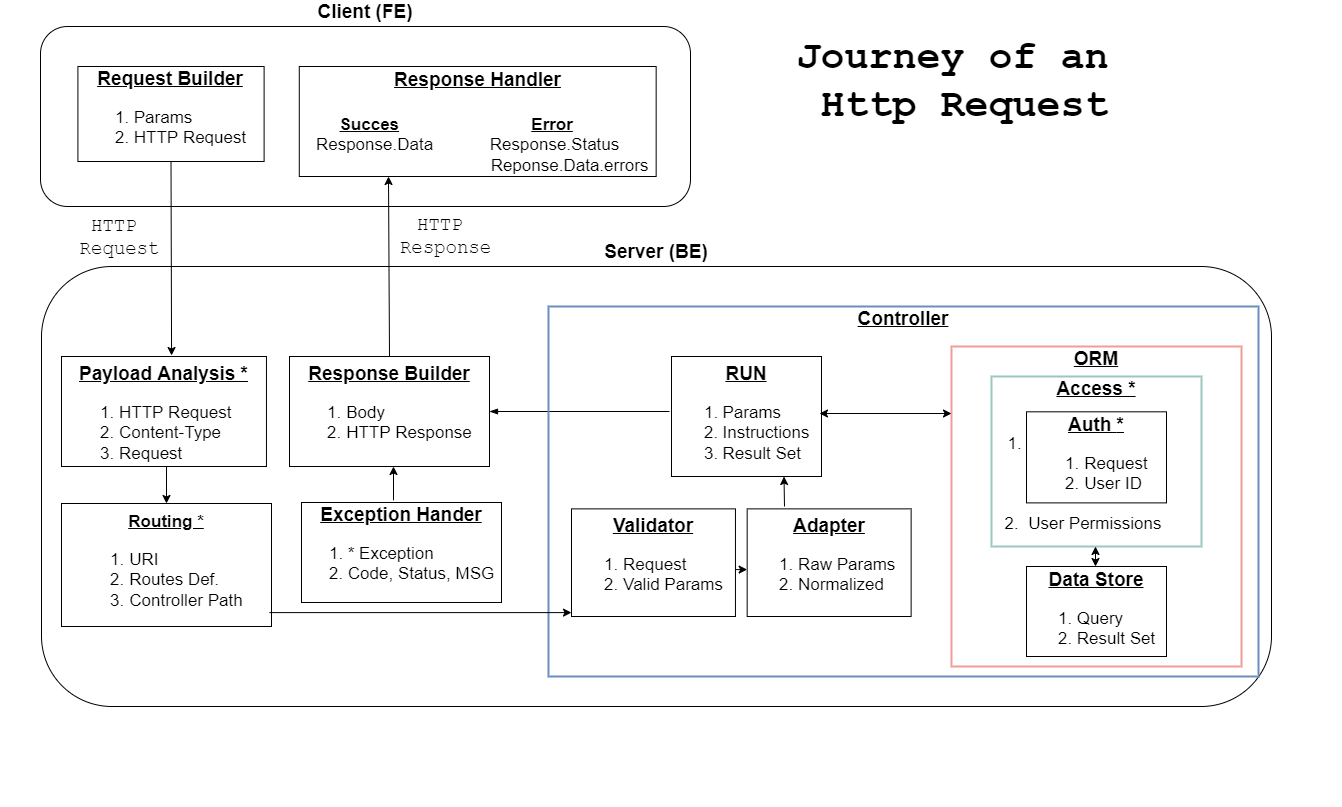
This is docs/assets/img/http-request.drawio.png from equalframework/equal-doc, a draw.io export, as it was before one commit. Source tidied: cells renumbered, new cells last; positions are measured from the earlier drawing's top-left corner, leaving out a move shared by most shapes.
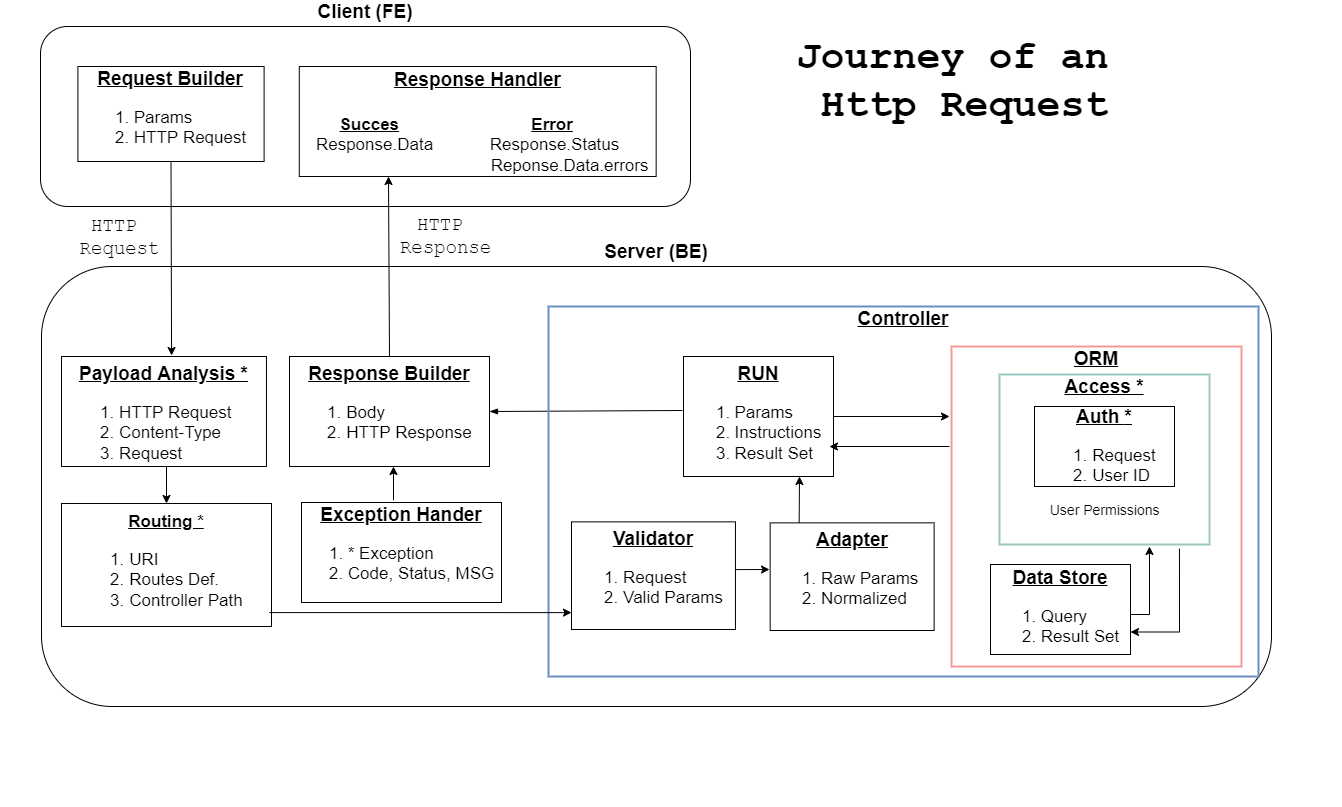
The same diagram one commit later.

Change to the diagram source:
```diff
@@ -29,10 +29,8 @@
     <mxCell id="10" value="&lt;font style=&quot;font-size: 19px&quot;&gt;&lt;span style=&quot;text-align: left&quot;&gt;&lt;b&gt;&lt;u style=&quot;line-height: 1&quot;&gt;Response Builder&lt;/u&gt;&lt;/b&gt;&lt;/span&gt;&lt;span style=&quot;text-align: left&quot;&gt;&lt;b&gt;&lt;u&gt;&lt;br&gt;&lt;/u&gt;&lt;/b&gt;&lt;/span&gt;&lt;/font&gt;&lt;ol style=&quot;font-size: 17px&quot;&gt;&lt;li style=&quot;text-align: left&quot;&gt;Body&lt;/li&gt;&lt;li style=&quot;text-align: left&quot;&gt;HTTP Response&lt;/li&gt;&lt;/ol&gt;" style="rounded=0;whiteSpace=wrap;html=1;align=center;spacing=2;verticalAlign=top;" parent="7" vertex="1">
       <mxGeometry x="288" y="120" width="200" height="110" as="geometry" />
     </mxCell>
-    <mxCell id="11" style="edgeStyle=none;rounded=0;jettySize=auto;html=1;fontFamily=Courier New;fontSize=19;fontColor=none;startArrow=blockThin;startFill=1;endArrow=none;endFill=0;strokeColor=default;exitX=1;exitY=0.5;exitDx=0;exitDy=0;" parent="7" edge="1" source="10">
-      <mxGeometry relative="1" as="geometry">
-        <mxPoint x="668" y="175" as="targetPoint" />
-      </mxGeometry>
+    <mxCell id="11" style="edgeStyle=none;rounded=0;jettySize=auto;html=1;fontFamily=Courier New;fontSize=19;fontColor=none;startArrow=blockThin;startFill=1;endArrow=none;endFill=0;strokeColor=default;exitX=1;exitY=0.5;exitDx=0;exitDy=0;entryX=-0.007;entryY=0.45;entryDx=0;entryDy=0;entryPerimeter=0;" parent="7" edge="1" source="10" target="15">
+      <mxGeometry relative="1" as="geometry" />
     </mxCell>
     <mxCell id="12" value="&lt;span style=&quot;text-align: left&quot;&gt;&lt;b&gt;&lt;u&gt;&lt;font&gt;&lt;font style=&quot;font-size: 19px&quot;&gt;Exception Hander&lt;/font&gt;&lt;br&gt;&lt;/font&gt;&lt;/u&gt;&lt;/b&gt;&lt;/span&gt;&lt;ol style=&quot;font-size: 17px&quot;&gt;&lt;li style=&quot;text-align: left&quot;&gt;* Exception&lt;/li&gt;&lt;li style=&quot;text-align: left&quot;&gt;Code, Status, MSG&lt;/li&gt;&lt;/ol&gt;" style="rounded=0;whiteSpace=wrap;html=1;align=center;" parent="7" vertex="1">
       <mxGeometry x="300" y="266" width="200" height="100" as="geometry" />
@@ -44,40 +42,40 @@
       <mxGeometry x="547" y="70" width="710" height="370" as="geometry" />
     </mxCell>
     <mxCell id="15" value="&lt;font&gt;&lt;span style=&quot;text-align: left&quot;&gt;&lt;b&gt;&lt;u&gt;&lt;font style=&quot;font-size: 19px&quot;&gt;RUN&lt;/font&gt;&lt;/u&gt;&lt;/b&gt;&lt;/span&gt;&lt;br&gt;&lt;/font&gt;&lt;ol style=&quot;font-size: 17px&quot;&gt;&lt;li style=&quot;text-align: left&quot;&gt;&lt;font style=&quot;font-size: 17px&quot;&gt;Params&lt;/font&gt;&lt;/li&gt;&lt;li style=&quot;text-align: left&quot;&gt;&lt;font style=&quot;font-size: 17px&quot;&gt;Instructions&lt;/font&gt;&lt;/li&gt;&lt;li style=&quot;text-align: left&quot;&gt;&lt;font style=&quot;font-size: 17px&quot;&gt;Result Set&lt;/font&gt;&lt;/li&gt;&lt;/ol&gt;" style="rounded=0;whiteSpace=wrap;html=1;align=center;verticalAlign=top;" parent="7" vertex="1">
-      <mxGeometry x="670" y="120" width="150" height="120" as="geometry" />
+      <mxGeometry x="682" y="120" width="150" height="120" as="geometry" />
     </mxCell>
+    <mxCell id="18" value="&lt;span style=&quot;text-align: left&quot;&gt;&lt;b&gt;&lt;u&gt;&lt;font style=&quot;font-size: 19px&quot;&gt;ORM&lt;/font&gt;&lt;br&gt;&lt;/u&gt;&lt;/b&gt;&lt;/span&gt;" style="rounded=0;whiteSpace=wrap;html=1;align=center;labelPosition=center;verticalLabelPosition=top;verticalAlign=bottom;spacing=-25;strokeColor=#F19C99;strokeWidth=2;" parent="7" vertex="1">
+      <mxGeometry x="950" y="110" width="290" height="320" as="geometry" />
+    </mxCell>
     <mxCell id="16" value="&lt;font style=&quot;font-size: 19px&quot;&gt;&lt;span style=&quot;text-align: left&quot;&gt;&lt;b&gt;&lt;u&gt;&lt;font style=&quot;font-size: 19px&quot;&gt;Validator&lt;/font&gt;&lt;/u&gt;&lt;/b&gt;&lt;/span&gt;&lt;br&gt;&lt;/font&gt;&lt;ol style=&quot;font-size: 17px&quot;&gt;&lt;li style=&quot;text-align: left&quot;&gt;Request&lt;/li&gt;&lt;li style=&quot;text-align: left&quot;&gt;Valid Params&lt;/li&gt;&lt;/ol&gt;" style="rounded=0;whiteSpace=wrap;html=1;align=center;verticalAlign=top;" parent="7" vertex="1">
-      <mxGeometry x="570" y="272.4" width="164" height="107.6" as="geometry" />
+      <mxGeometry x="570" y="285.4" width="164" height="107.6" as="geometry" />
     </mxCell>
     <mxCell id="17" value="&lt;div style=&quot;font-size: 19px&quot;&gt;&lt;b&gt;&lt;u&gt;&lt;font style=&quot;font-size: 19px&quot;&gt;Adapter&lt;/font&gt;&lt;/u&gt;&lt;/b&gt;&lt;/div&gt;&lt;ol style=&quot;font-size: 17px&quot;&gt;&lt;li&gt;&lt;span&gt;Raw Params&amp;nbsp;&lt;/span&gt;&lt;br&gt;&lt;/li&gt;&lt;li style=&quot;text-align: left&quot;&gt;&lt;span&gt;Normalized&lt;/span&gt;&lt;/li&gt;&lt;/ol&gt;" style="rounded=0;whiteSpace=wrap;html=1;align=center;verticalAlign=top;" parent="7" vertex="1">
-      <mxGeometry x="745.7" y="272.4" width="164" height="107.6" as="geometry" />
+      <mxGeometry x="768.7" y="286.4" width="164" height="107.6" as="geometry" />
     </mxCell>
-    <mxCell id="18" value="&lt;span style=&quot;text-align: left&quot;&gt;&lt;b&gt;&lt;u&gt;&lt;font style=&quot;font-size: 19px&quot;&gt;ORM&lt;/font&gt;&lt;br&gt;&lt;/u&gt;&lt;/b&gt;&lt;/span&gt;" style="rounded=0;whiteSpace=wrap;html=1;align=center;labelPosition=center;verticalLabelPosition=top;verticalAlign=bottom;spacing=-25;strokeColor=#F19C99;strokeWidth=2;" parent="7" vertex="1">
-      <mxGeometry x="950" y="110" width="290" height="320" as="geometry" />
-    </mxCell>
     <mxCell id="19" value="&lt;div style=&quot;font-size: 19px&quot;&gt;&lt;b&gt;&lt;u&gt;&lt;font style=&quot;font-size: 19px&quot;&gt;Data Store&lt;/font&gt;&lt;/u&gt;&lt;/b&gt;&lt;/div&gt;&lt;ol style=&quot;font-size: 17px&quot;&gt;&lt;li style=&quot;text-align: left&quot;&gt;&lt;span&gt;Query&lt;/span&gt;&lt;/li&gt;&lt;li style=&quot;text-align: left&quot;&gt;Result Set&lt;/li&gt;&lt;/ol&gt;" style="rounded=0;whiteSpace=wrap;html=1;align=center;verticalAlign=top;spacing=-2;" parent="7" vertex="1">
-      <mxGeometry x="1025" y="330" width="140" height="90" as="geometry" />
+      <mxGeometry x="989" y="328" width="140" height="90" as="geometry" />
     </mxCell>
     <mxCell id="20" style="endArrow=classic;html=1;rounded=0;fontSize=15;fontColor=none;strokeColor=default;entryX=0;entryY=0.936;entryDx=0;entryDy=0;entryPerimeter=0;exitX=0.99;exitY=0.887;exitDx=0;exitDy=0;exitPerimeter=0;" parent="7" edge="1" source="13">
       <mxGeometry relative="1" as="geometry">
         <mxPoint x="570" y="376.1" as="targetPoint" />
       </mxGeometry>
     </mxCell>
-    <mxCell id="21" style="endArrow=classic;html=1;rounded=0;fontSize=15;fontColor=none;strokeColor=default;entryX=0;entryY=0.75;entryDx=0;entryDy=0;exitX=1;exitY=0.75;exitDx=0;exitDy=0;" parent="7" edge="1">
+    <mxCell id="21" style="endArrow=classic;html=1;rounded=0;fontSize=15;fontColor=none;strokeColor=default;exitX=1;exitY=0.75;exitDx=0;exitDy=0;" parent="7" edge="1">
       <mxGeometry relative="1" as="geometry">
         <mxPoint x="734" y="333.1" as="sourcePoint" />
-        <mxPoint x="745.7" y="333.1" as="targetPoint" />
+        <mxPoint x="768" y="333" as="targetPoint" />
       </mxGeometry>
     </mxCell>
-    <mxCell id="22" style="endArrow=classic;html=1;rounded=0;fontSize=15;fontColor=none;strokeColor=default;entryX=0.75;entryY=1;entryDx=0;entryDy=0;" parent="7" edge="1" target="15">
+    <mxCell id="22" style="endArrow=classic;html=1;rounded=0;fontSize=15;fontColor=none;strokeColor=default;exitX=0.25;exitY=0;exitDx=0;exitDy=0;" parent="7" edge="1">
       <mxGeometry relative="1" as="geometry">
-        <mxPoint x="783" y="270" as="sourcePoint" />
+        <mxPoint x="797.7" y="286.4" as="sourcePoint" />
+        <mxPoint x="798" y="240" as="targetPoint" />
       </mxGeometry>
     </mxCell>
-    <mxCell id="23" style="endArrow=classic;startArrow=classic;html=1;rounded=0;fontSize=15;fontColor=none;strokeColor=default;" parent="7" edge="1">
+    <mxCell id="23" style="endArrow=classic;startArrow=none;html=1;rounded=0;fontSize=15;fontColor=none;strokeColor=default;startFill=0;exitX=1;exitY=0.5;exitDx=0;exitDy=0;" parent="7" edge="1" source="15">
       <mxGeometry relative="1" as="geometry">
-        <mxPoint x="818" y="177" as="sourcePoint" />
-        <mxPoint x="950" y="177" as="targetPoint" />
+        <mxPoint x="948" y="180" as="targetPoint" />
       </mxGeometry>
     </mxCell>
     <mxCell id="24" style="endArrow=classic;html=1;rounded=0;fontSize=15;fontColor=none;strokeColor=default;entryX=0.5;entryY=0;entryDx=0;entryDy=0;" parent="7" edge="1" target="13">
@@ -93,6 +91,32 @@
     <mxCell id="26" value="HTTP&amp;nbsp;&lt;br style=&quot;font-size: 19px&quot;&gt;Request" style="text;html=1;align=center;verticalAlign=middle;strokeColor=none;fillColor=none;fontSize=19;fontFamily=Courier New;fontColor=none;" parent="7" vertex="1">
       <mxGeometry x="68" y="-24" width="100" height="50" as="geometry" />
     </mxCell>
+    <mxCell id="36" style="endArrow=classic;html=1;rounded=0;fontSize=14;edgeStyle=orthogonalEdgeStyle;" parent="7" edge="1">
+      <mxGeometry relative="1" as="geometry">
+        <mxPoint x="1129" y="378" as="sourcePoint" />
+        <mxPoint x="1148" y="310" as="targetPoint" />
+      </mxGeometry>
+    </mxCell>
+    <mxCell id="31" style="group;" parent="7" vertex="1">
+      <mxGeometry x="978" y="106" width="330" height="420" as="geometry" />
+    </mxCell>
+    <mxCell id="32" value="&lt;span style=&quot;&quot;&gt;&lt;b&gt;&lt;u&gt;&lt;font style=&quot;font-size: 19px&quot;&gt;Access *&lt;/font&gt;&lt;br&gt;&lt;/u&gt;&lt;/b&gt;&lt;/span&gt;" style="rounded=0;whiteSpace=wrap;html=1;align=center;labelPosition=center;verticalLabelPosition=top;verticalAlign=bottom;spacing=-25;strokeColor=#9AC7BF;strokeWidth=2;" parent="31" vertex="1">
+      <mxGeometry x="20" y="32" width="210" height="170" as="geometry" />
+    </mxCell>
+    <mxCell id="33" value="&#10;&#10;&#10;&#10;                             &#10;&#10;&#10;&#10;  &#10;       User Permissions" style="group;align=center;fontSize=14;" parent="31" vertex="1">
+      <mxGeometry x="-53" width="330" height="350" as="geometry" />
+    </mxCell>
+    <mxCell id="34" value="&lt;div style=&quot;font-size: 19px&quot;&gt;&lt;b&gt;&lt;u&gt;&lt;font style=&quot;font-size: 19px&quot;&gt;&lt;font style=&quot;font-size: 19px&quot;&gt;Auth &lt;/font&gt;&lt;font style=&quot;font-size: 19px&quot;&gt;*&lt;/font&gt;&lt;/font&gt;&lt;/u&gt;&lt;/b&gt;&lt;/div&gt;&lt;ol style=&quot;font-size: 17px&quot;&gt;&lt;li&gt;&lt;span style=&quot;text-align: left&quot;&gt;Request&lt;/span&gt;&lt;br&gt;&lt;/li&gt;&lt;li style=&quot;text-align: left&quot;&gt;User ID&lt;/li&gt;&lt;/ol&gt;" style="rounded=0;whiteSpace=wrap;html=1;align=center;spacing=0;spacingTop=15;" parent="33" vertex="1">
+      <mxGeometry x="108" y="64" width="140" height="80" as="geometry" />
+    </mxCell>
+    <mxCell id="37" style="endArrow=classic;html=1;rounded=0;fontSize=14;entryX=1;entryY=0.75;entryDx=0;entryDy=0;exitX=0.857;exitY=1.024;exitDx=0;exitDy=0;edgeStyle=orthogonalEdgeStyle;exitPerimeter=0;" parent="7" edge="1" source="32" target="19">
+      <mxGeometry relative="1" as="geometry" />
+    </mxCell>
+    <mxCell id="38" style="endArrow=classic;startArrow=none;html=1;rounded=0;fontSize=15;fontColor=none;strokeColor=default;startFill=0;entryX=0.973;entryY=0.75;entryDx=0;entryDy=0;entryPerimeter=0;" parent="7" edge="1" target="15">
+      <mxGeometry relative="1" as="geometry">
+        <mxPoint x="948" y="210" as="sourcePoint" />
+      </mxGeometry>
+    </mxCell>
     <mxCell id="27" style="endArrow=classic;html=1;rounded=0;fontSize=15;fontColor=none;strokeColor=default;entryX=0.25;entryY=1;entryDx=0;entryDy=0;exitX=0.5;exitY=0;exitDx=0;exitDy=0;" parent="2" edge="1" source="10" target="6">
       <mxGeometry relative="1" as="geometry" />
     </mxCell>
@@ -105,23 +129,5 @@
     <mxCell id="30" value="HTTP&amp;nbsp;&lt;br style=&quot;font-size: 19px;&quot;&gt;Response" style="text;html=1;align=center;verticalAlign=middle;strokeColor=none;fillColor=none;fontSize=19;fontFamily=Courier New;fontColor=none;" parent="2" vertex="1">
       <mxGeometry x="-31" y="155" width="110" height="50" as="geometry" />
     </mxCell>
-    <mxCell id="31" style="group;" parent="1" vertex="1">
-      <mxGeometry x="970" y="320" width="330" height="420" as="geometry" />
-    </mxCell>
-    <mxCell id="32" value="&lt;span style=&quot;&quot;&gt;&lt;b&gt;&lt;u&gt;&lt;font style=&quot;font-size: 19px&quot;&gt;Access *&lt;/font&gt;&lt;br&gt;&lt;/u&gt;&lt;/b&gt;&lt;/span&gt;" style="rounded=0;whiteSpace=wrap;html=1;align=center;labelPosition=center;verticalLabelPosition=top;verticalAlign=bottom;spacing=-25;strokeColor=#9AC7BF;strokeWidth=2;" parent="31" vertex="1">
-      <mxGeometry x="20" y="30" width="210" height="170" as="geometry" />
-    </mxCell>
-    <mxCell id="33" value="&#10;&#10;&#10;&#10;1.                             &#10;&#10;&#10;&#10;2.  User Permissions" style="group;align=center;fontSize=17;" parent="31" vertex="1">
-      <mxGeometry x="-53" width="330" height="350" as="geometry" />
-    </mxCell>
-    <mxCell id="34" value="&lt;div style=&quot;font-size: 19px&quot;&gt;&lt;b&gt;&lt;u&gt;&lt;font style=&quot;font-size: 19px&quot;&gt;&lt;font style=&quot;font-size: 19px&quot;&gt;Auth &lt;/font&gt;&lt;font style=&quot;font-size: 19px&quot;&gt;*&lt;/font&gt;&lt;/font&gt;&lt;/u&gt;&lt;/b&gt;&lt;/div&gt;&lt;ol style=&quot;font-size: 17px&quot;&gt;&lt;li&gt;&lt;span style=&quot;text-align: left&quot;&gt;Request&lt;/span&gt;&lt;br&gt;&lt;/li&gt;&lt;li style=&quot;text-align: left&quot;&gt;User ID&lt;/li&gt;&lt;/ol&gt;" style="rounded=0;whiteSpace=wrap;html=1;align=center;spacing=2;spacingTop=10;" parent="33" vertex="1">
-      <mxGeometry x="108" y="65.3" width="140" height="91.1" as="geometry" />
-    </mxCell>
-    <mxCell id="35" style="endArrow=classic;startArrow=classic;html=1;rounded=0;fontSize=15;fontColor=none;strokeColor=default;entryX=0.5;entryY=1;entryDx=0;entryDy=0;" parent="1" edge="1">
-      <mxGeometry relative="1" as="geometry">
-        <mxPoint x="1094" y="540" as="sourcePoint" />
-        <mxPoint x="1094" y="520" as="targetPoint" />
-      </mxGeometry>
-    </mxCell>
   </root>
 </mxGraphModel>
```
